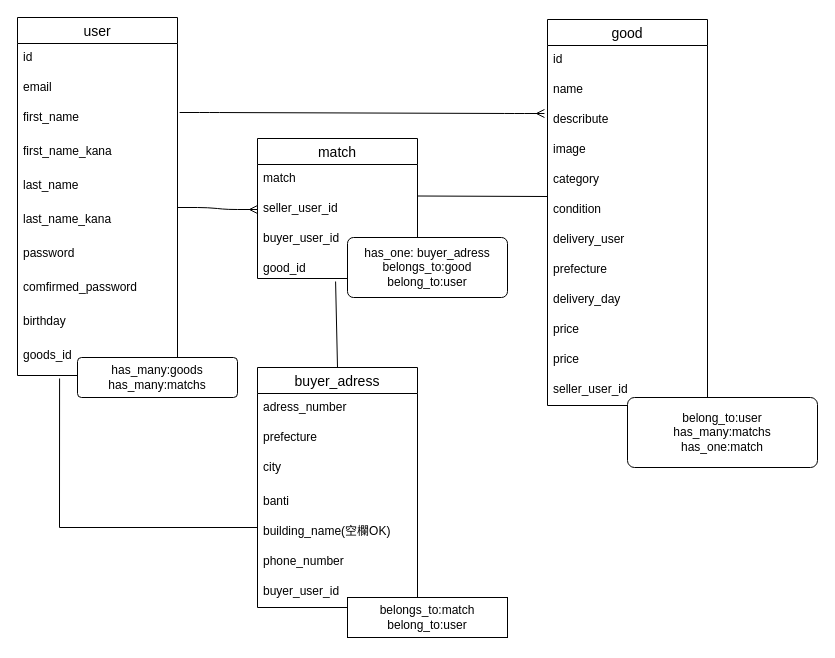
Earlier version of the draw.io diagram ER .dio (harukicode0/furima-38090). Source tidied: cells renumbered, new cells numbered last; positions are measured from the earlier drawing's top-left corner, leaving out a move shared by most shapes. Both pictures are drawn from the tidied source at 100%, with x=0, y=0 at pixel (17, 17).
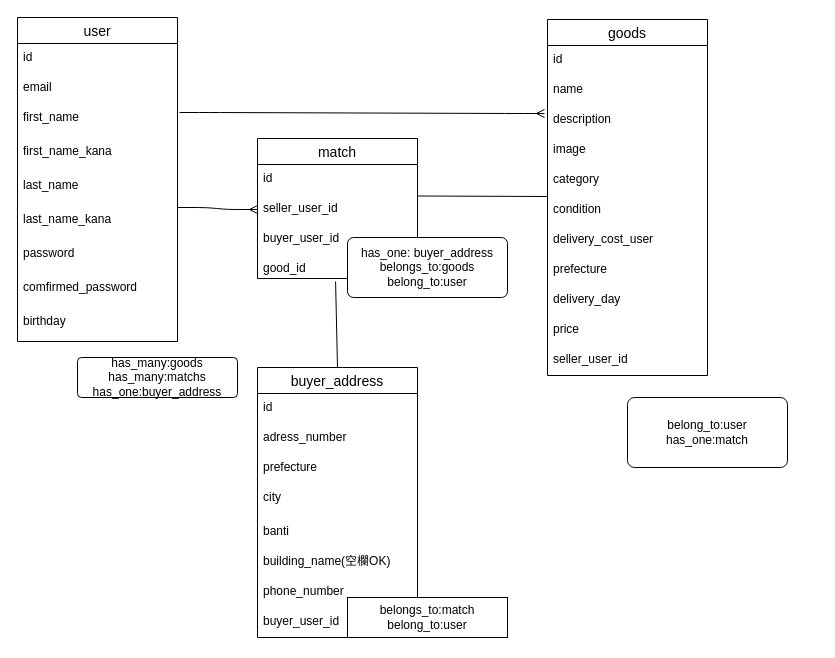
Above is the later version.

Commit message (it also covers changes not shown here):
readmeファイルにDBの詳細記述

The change refers to these unchanged cells:
```xml
<mxCell id="26" value="match" style="swimlane;fontStyle=0;horizontal=1;startSize=26;align=center;fontSize=14;" parent="1" vertex="1">
  <mxGeometry x="240" y="121" width="160" height="140" as="geometry" />
</mxCell>
```

Diff of the diagram source:
```diff
@@
     <mxCell id="2" value="user" style="swimlane;fontStyle=0;horizontal=1;startSize=26;align=center;fontSize=14;swimlaneLine=1;" parent="1" vertex="1">
-      <mxGeometry width="160" height="358" as="geometry" />
+      <mxGeometry width="160" height="324" as="geometry" />
     </mxCell>
@@
-    <mxCell id="12" value="goods_id" style="text;strokeColor=none;fillColor=none;spacingLeft=4;spacingRight=4;overflow=hidden;points=[[0,0.5],[1,0.5]];portConstraint=eastwest;fontSize=12;" parent="2" vertex="1">
-      <mxGeometry y="324" width="160" height="34" as="geometry" />
-    </mxCell>
-    <mxCell id="13" value="good" style="swimlane;fontStyle=0;horizontal=1;startSize=26;align=center;fontSize=14;" parent="1" vertex="1">
-      <mxGeometry x="530" y="2" width="160" height="386" as="geometry" />
+    <mxCell id="13" value="goods" style="swimlane;fontStyle=0;horizontal=1;startSize=26;align=center;fontSize=14;" parent="1" vertex="1">
+      <mxGeometry x="530" y="2" width="160" height="356" as="geometry" />
     </mxCell>
@@
-    <mxCell id="16" value="describute" style="text;strokeColor=none;fillColor=none;spacingLeft=4;spacingRight=4;overflow=hidden;points=[[0,0.5],[1,0.5]];portConstraint=eastwest;fontSize=12;" parent="13" vertex="1">
+    <mxCell id="16" value="description" style="text;strokeColor=none;fillColor=none;spacingLeft=4;spacingRight=4;overflow=hidden;points=[[0,0.5],[1,0.5]];portConstraint=eastwest;fontSize=12;" parent="13" vertex="1">
       <mxGeometry y="86" width="160" height="30" as="geometry" />
     </mxCell>
@@
-    <mxCell id="20" value="delivery_user" style="text;strokeColor=none;fillColor=none;spacingLeft=4;spacingRight=4;overflow=hidden;fontSize=12;" parent="13" vertex="1">
+    <mxCell id="20" value="delivery_cost_user" style="text;strokeColor=none;fillColor=none;spacingLeft=4;spacingRight=4;overflow=hidden;fontSize=12;" parent="13" vertex="1">
       <mxGeometry y="206" width="160" height="30" as="geometry" />
     </mxCell>
@@
-    <mxCell id="24" value="price" style="text;strokeColor=none;fillColor=none;spacingLeft=4;spacingRight=4;overflow=hidden;fontSize=12;" parent="13" vertex="1">
-      <mxGeometry y="326" width="160" height="30" as="geometry" />
-    </mxCell>
     <mxCell id="25" value="seller_user_id" style="text;strokeColor=none;fillColor=none;spacingLeft=4;spacingRight=4;overflow=hidden;fontSize=12;" parent="13" vertex="1">
-      <mxGeometry y="356" width="160" height="30" as="geometry" />
+      <mxGeometry y="326" width="160" height="30" as="geometry" />
     </mxCell>
@@
-    <mxCell id="27" value="match" style="text;strokeColor=none;fillColor=none;spacingLeft=4;spacingRight=4;overflow=hidden;fontSize=12;" parent="26" vertex="1">
+    <mxCell id="27" value="id" style="text;strokeColor=none;fillColor=none;spacingLeft=4;spacingRight=4;overflow=hidden;fontSize=12;" parent="26" vertex="1">
       <mxGeometry y="26" width="160" height="30" as="geometry" />
     </mxCell>
@@
-    <mxCell id="31" value="buyer_adress" style="swimlane;fontStyle=0;horizontal=1;startSize=26;align=center;fontSize=14;" parent="1" vertex="1">
-      <mxGeometry x="240" y="350" width="160" height="240" as="geometry" />
+    <mxCell id="31" value="buyer_address" style="swimlane;fontStyle=0;horizontal=1;startSize=26;align=center;fontSize=14;" parent="1" vertex="1">
+      <mxGeometry x="240" y="350" width="160" height="270" as="geometry" />
     </mxCell>
+    <mxCell id="48" value="id" style="text;strokeColor=none;fillColor=none;spacingLeft=4;spacingRight=4;overflow=hidden;fontSize=12;" parent="31" vertex="1">
+      <mxGeometry y="26" width="160" height="30" as="geometry" />
+    </mxCell>
     <mxCell id="32" value="adress_number" style="text;strokeColor=none;fillColor=none;spacingLeft=4;spacingRight=4;overflow=hidden;fontSize=12;" parent="31" vertex="1">
-      <mxGeometry y="26" width="160" height="30" as="geometry" />
+      <mxGeometry y="56" width="160" height="30" as="geometry" />
     </mxCell>
     <mxCell id="33" value="prefecture" style="text;strokeColor=none;fillColor=none;spacingLeft=4;spacingRight=4;overflow=hidden;fontSize=12;" parent="31" vertex="1">
-      <mxGeometry y="56" width="160" height="30" as="geometry" />
+      <mxGeometry y="86" width="160" height="30" as="geometry" />
     </mxCell>
     <mxCell id="34" value="city" style="text;strokeColor=none;fillColor=none;spacingLeft=4;spacingRight=4;overflow=hidden;fontSize=12;" parent="31" vertex="1">
-      <mxGeometry y="86" width="160" height="34" as="geometry" />
+      <mxGeometry y="116" width="160" height="34" as="geometry" />
     </mxCell>
     <mxCell id="35" value="banti" style="text;strokeColor=none;fillColor=none;spacingLeft=4;spacingRight=4;overflow=hidden;fontSize=12;" parent="31" vertex="1">
-      <mxGeometry y="120" width="160" height="30" as="geometry" />
+      <mxGeometry y="150" width="160" height="30" as="geometry" />
     </mxCell>
     <mxCell id="36" value="building_name(空欄OK)" style="text;strokeColor=none;fillColor=none;spacingLeft=4;spacingRight=4;overflow=hidden;fontSize=12;" parent="31" vertex="1">
-      <mxGeometry y="150" width="160" height="30" as="geometry" />
+      <mxGeometry y="180" width="160" height="30" as="geometry" />
     </mxCell>
     <mxCell id="37" value="phone_number" style="text;strokeColor=none;fillColor=none;spacingLeft=4;spacingRight=4;overflow=hidden;fontSize=12;" parent="31" vertex="1">
-      <mxGeometry y="180" width="160" height="30" as="geometry" />
+      <mxGeometry y="210" width="160" height="30" as="geometry" />
     </mxCell>
     <mxCell id="38" value="buyer_user_id" style="text;strokeColor=none;fillColor=none;spacingLeft=4;spacingRight=4;overflow=hidden;fontSize=12;" parent="31" vertex="1">
-      <mxGeometry y="210" width="160" height="30" as="geometry" />
+      <mxGeometry y="240" width="160" height="30" as="geometry" />
     </mxCell>
@@
-    <mxCell id="40" value="has_many:goods&lt;br&gt;has_many:matchs" style="rounded=1;arcSize=10;whiteSpace=wrap;html=1;align=center;" parent="1" vertex="1">
+    <mxCell id="40" value="has_many:goods&lt;br&gt;has_many:matchs&lt;br&gt;has_one:buyer_address" style="rounded=1;arcSize=10;whiteSpace=wrap;html=1;align=center;" parent="1" vertex="1">
       <mxGeometry x="60" y="340" width="160" height="40" as="geometry" />
     </mxCell>
-    <mxCell id="41" value="belong_to:user&lt;br&gt;has_many:matchs&lt;br&gt;has_one:match" style="rounded=1;arcSize=10;whiteSpace=wrap;html=1;align=center;" parent="1" vertex="1">
-      <mxGeometry x="610" y="380" width="190" height="70" as="geometry" />
+    <mxCell id="41" value="belong_to:user&lt;br&gt;has_one:match" style="rounded=1;arcSize=10;whiteSpace=wrap;html=1;align=center;" parent="1" vertex="1">
+      <mxGeometry x="610" y="380" width="160" height="70" as="geometry" />
     </mxCell>
-    <mxCell id="42" value="has_one: buyer_adress&lt;br&gt;belongs_to:good&lt;br&gt;belong_to:user" style="rounded=1;arcSize=10;whiteSpace=wrap;html=1;align=center;" parent="1" vertex="1">
+    <mxCell id="42" value="has_one: buyer_address&lt;br&gt;belongs_to:goods&lt;br&gt;belong_to:user" style="rounded=1;arcSize=10;whiteSpace=wrap;html=1;align=center;" parent="1" vertex="1">
       <mxGeometry x="330" y="220" width="160" height="60" as="geometry" />
     </mxCell>
@@
-    <mxCell id="47" style="endArrow=none;html=1;rounded=0;exitX=0.263;exitY=1.088;exitDx=0;exitDy=0;exitPerimeter=0;" parent="1" edge="1" source="12">
-      <mxGeometry relative="1" as="geometry">
-        <mxPoint x="240" y="510" as="targetPoint" />
-        <Array as="points">
-          <mxPoint x="42" y="510" />
-        </Array>
-      </mxGeometry>
-    </mxCell>
```
